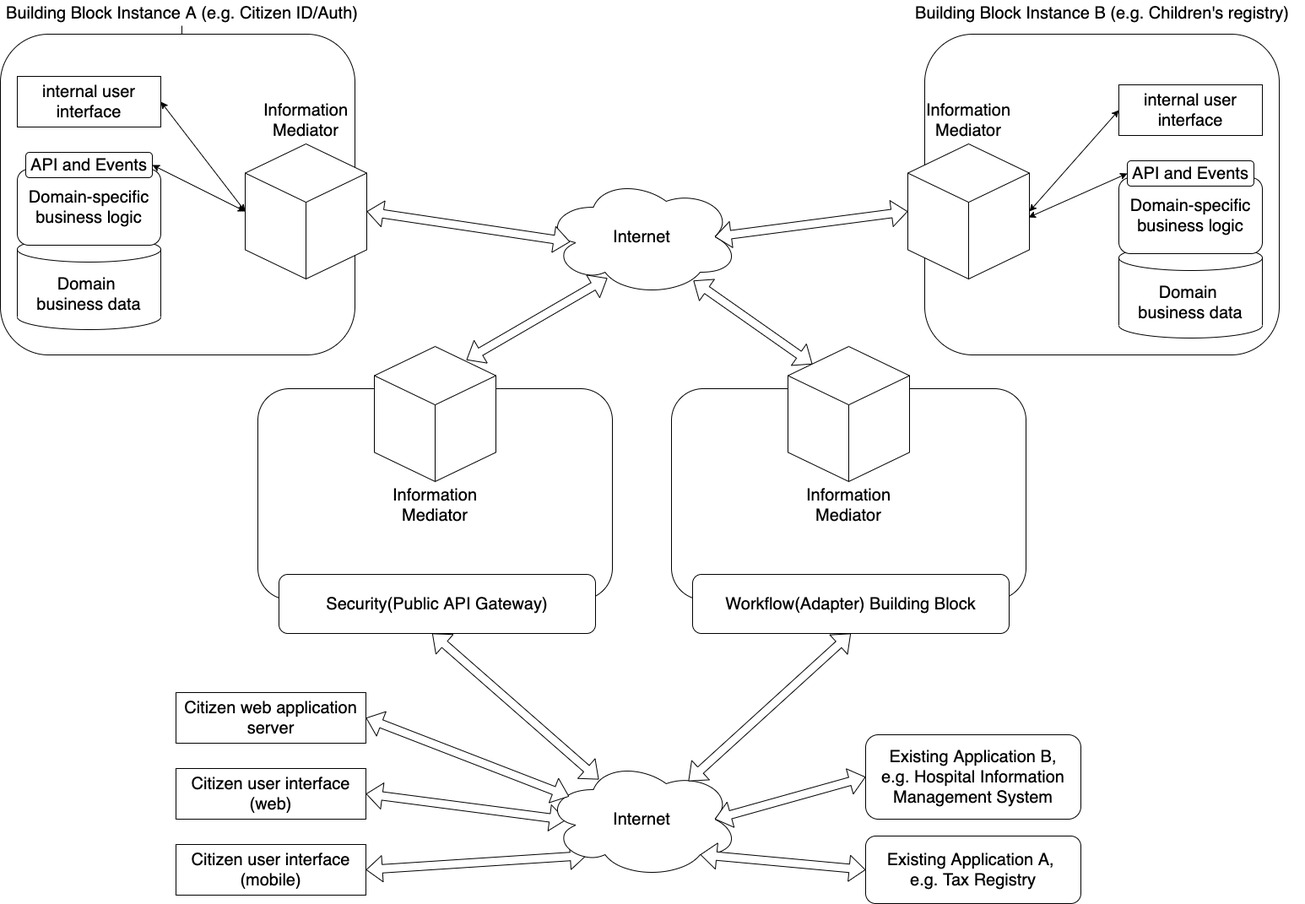
Before: diagrams/information_mediator.png, a diagram exported from draw.io (GovStackWorkingGroup/BuildingBlockAPI). Source tidied: cells renumbered, new cells last; positions are measured from the earlier drawing's top-left corner, leaving out a move shared by most shapes.
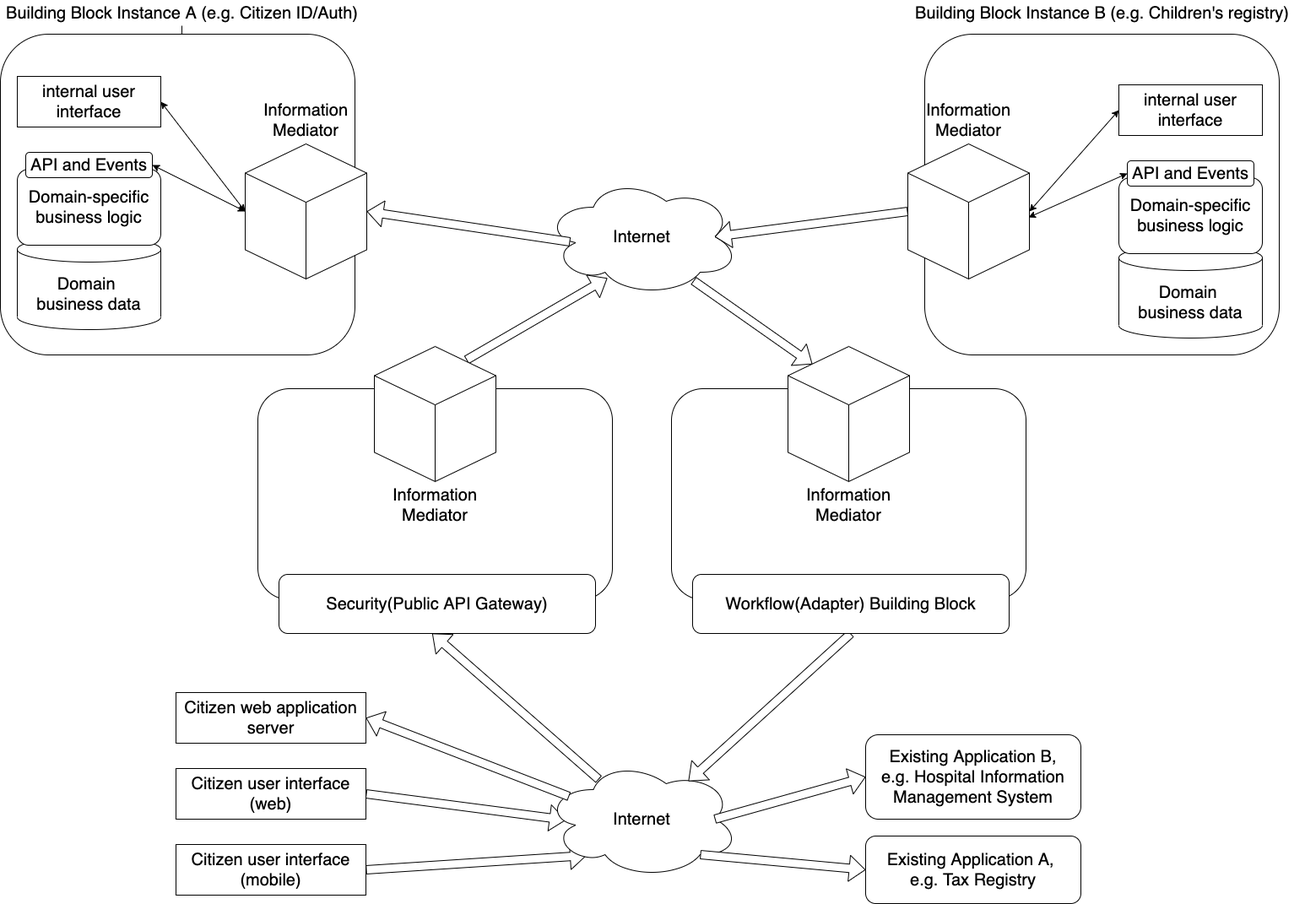
The same file after the commit.

Commit message:
Use directional arrows

Diff of the diagram source:
```diff
@@ -11,43 +11,43 @@
     <mxCell id="4" value="Internet" style="ellipse;shape=cloud;whiteSpace=wrap;html=1;fontSize=20;" parent="1" vertex="1">
       <mxGeometry x="645" y="210" width="230" height="140" as="geometry" />
     </mxCell>
-    <mxCell id="5" style="shape=flexArrow;endArrow=classic;html=1;fontSize=20;exitX=1;exitY=0.5;exitDx=0;exitDy=0;exitPerimeter=0;startArrow=block;entryX=0.13;entryY=0.543;entryDx=0;entryDy=0;entryPerimeter=0;fillColor=#ffffff;" parent="1" edge="1" source="29" target="4">
+    <mxCell id="5" style="shape=flexArrow;endArrow=none;html=1;fontSize=20;exitX=1;exitY=0.5;exitDx=0;exitDy=0;exitPerimeter=0;startArrow=block;entryX=0.13;entryY=0.543;entryDx=0;entryDy=0;entryPerimeter=0;fillColor=#ffffff;endFill=0;" parent="1" edge="1" source="29" target="4">
       <mxGeometry relative="1" as="geometry" />
     </mxCell>
-    <mxCell id="6" style="shape=flexArrow;endArrow=classic;html=1;fontSize=20;entryX=0;entryY=0.5;entryDx=0;entryDy=0;entryPerimeter=0;startArrow=block;exitX=0.875;exitY=0.5;exitDx=0;exitDy=0;exitPerimeter=0;fillColor=#ffffff;" parent="1" edge="1" source="4" target="49">
+    <mxCell id="6" style="shape=flexArrow;endArrow=none;html=1;fontSize=20;entryX=0;entryY=0.5;entryDx=0;entryDy=0;entryPerimeter=0;startArrow=block;exitX=0.875;exitY=0.5;exitDx=0;exitDy=0;exitPerimeter=0;fillColor=#ffffff;startFill=0;endFill=0;" parent="1" edge="1" source="4" target="49">
       <mxGeometry relative="1" as="geometry" />
     </mxCell>
-    <mxCell id="7" style="shape=flexArrow;endArrow=classic;html=1;fontSize=20;startArrow=block;entryX=0.757;entryY=0.1;entryDx=0;entryDy=0;entryPerimeter=0;exitX=0.322;exitY=0.85;exitDx=0;exitDy=0;exitPerimeter=0;fillColor=#ffffff;" parent="1" edge="1" source="4" target="39">
+    <mxCell id="7" style="shape=flexArrow;endArrow=none;html=1;fontSize=20;startArrow=block;entryX=0.757;entryY=0.1;entryDx=0;entryDy=0;entryPerimeter=0;exitX=0.322;exitY=0.85;exitDx=0;exitDy=0;exitPerimeter=0;fillColor=#ffffff;startFill=0;endFill=0;" parent="1" edge="1" source="4" target="39">
       <mxGeometry relative="1" as="geometry" />
     </mxCell>
-    <mxCell id="8" style="shape=flexArrow;endArrow=classic;html=1;fontSize=20;startArrow=block;entryX=1;entryY=0.5;entryDx=0;entryDy=0;exitX=0.109;exitY=0.507;exitDx=0;exitDy=0;exitPerimeter=0;" parent="1" edge="1" source="10" target="19">
+    <mxCell id="8" style="shape=flexArrow;endArrow=none;html=1;fontSize=20;startArrow=block;entryX=1;entryY=0.5;entryDx=0;entryDy=0;exitX=0.109;exitY=0.507;exitDx=0;exitDy=0;exitPerimeter=0;startFill=0;endFill=0;" parent="1" edge="1" source="10" target="19">
       <mxGeometry relative="1" as="geometry" />
     </mxCell>
-    <mxCell id="9" style="shape=flexArrow;endArrow=classic;html=1;fontSize=20;startArrow=block;entryX=1;entryY=0.5;entryDx=0;entryDy=0;exitX=0.215;exitY=0.807;exitDx=0;exitDy=0;exitPerimeter=0;" parent="1" edge="1" source="10" target="18">
+    <mxCell id="9" style="shape=flexArrow;endArrow=none;html=1;fontSize=20;startArrow=block;entryX=1;entryY=0.5;entryDx=0;entryDy=0;exitX=0.215;exitY=0.807;exitDx=0;exitDy=0;exitPerimeter=0;endFill=0;" parent="1" edge="1" source="10" target="18">
       <mxGeometry relative="1" as="geometry" />
     </mxCell>
     <mxCell id="10" value="Internet" style="ellipse;shape=cloud;whiteSpace=wrap;html=1;fontSize=20;" parent="1" vertex="1">
       <mxGeometry x="645" y="900" width="230" height="140" as="geometry" />
     </mxCell>
-    <mxCell id="11" style="shape=flexArrow;endArrow=classic;html=1;fontSize=20;startArrow=block;entryX=0.201;entryY=0.131;entryDx=0;entryDy=0;entryPerimeter=0;fillColor=#ffffff;exitX=0.765;exitY=0.871;exitDx=0;exitDy=0;exitPerimeter=0;" parent="1" edge="1" source="4" target="34">
+    <mxCell id="11" style="shape=flexArrow;endArrow=classic;html=1;fontSize=20;startArrow=none;entryX=0.201;entryY=0.131;entryDx=0;entryDy=0;entryPerimeter=0;fillColor=#ffffff;exitX=0.765;exitY=0.871;exitDx=0;exitDy=0;exitPerimeter=0;startFill=0;" parent="1" edge="1" source="4" target="34">
       <mxGeometry relative="1" as="geometry" />
     </mxCell>
-    <mxCell id="12" style="shape=flexArrow;endArrow=classic;html=1;fontSize=20;startArrow=block;entryX=0.739;entryY=0.179;entryDx=0;entryDy=0;entryPerimeter=0;fillColor=#ffffff;exitX=0.5;exitY=1;exitDx=0;exitDy=0;" parent="1" edge="1" source="36" target="10">
+    <mxCell id="12" style="shape=flexArrow;endArrow=block;html=1;fontSize=20;startArrow=none;entryX=0.739;entryY=0.179;entryDx=0;entryDy=0;entryPerimeter=0;fillColor=#ffffff;exitX=0.5;exitY=1;exitDx=0;exitDy=0;endFill=0;startFill=0;" parent="1" edge="1" source="36" target="10">
       <mxGeometry x="900" y="500" as="geometry" />
     </mxCell>
-    <mxCell id="13" style="shape=flexArrow;endArrow=classic;html=1;fontSize=20;startArrow=block;entryX=0.278;entryY=0.164;entryDx=0;entryDy=0;entryPerimeter=0;fillColor=#ffffff;exitX=0.484;exitY=1;exitDx=0;exitDy=0;exitPerimeter=0;" parent="1" edge="1" source="41" target="10">
+    <mxCell id="13" style="shape=flexArrow;endArrow=none;html=1;fontSize=20;startArrow=block;entryX=0.278;entryY=0.164;entryDx=0;entryDy=0;entryPerimeter=0;fillColor=#ffffff;exitX=0.484;exitY=1;exitDx=0;exitDy=0;exitPerimeter=0;endFill=0;" parent="1" edge="1" source="41" target="10">
       <mxGeometry relative="1" as="geometry" />
     </mxCell>
     <mxCell id="14" value="&lt;font style=&quot;font-size: 20px&quot;&gt;Existing Application A, &lt;br&gt;e.g. Tax Registry&lt;/font&gt;" style="rounded=1;whiteSpace=wrap;html=1;" parent="1" vertex="1">
       <mxGeometry x="1025" y="990" width="255" height="80" as="geometry" />
     </mxCell>
-    <mxCell id="15" style="shape=flexArrow;endArrow=classic;html=1;fontSize=20;startArrow=block;fillColor=#ffffff;entryX=0.8;entryY=0.8;entryDx=0;entryDy=0;entryPerimeter=0;exitX=0;exitY=0.5;exitDx=0;exitDy=0;" parent="1" edge="1" source="14" target="10">
+    <mxCell id="15" style="shape=flexArrow;endArrow=none;html=1;fontSize=20;startArrow=block;fillColor=#ffffff;entryX=0.8;entryY=0.8;entryDx=0;entryDy=0;entryPerimeter=0;exitX=0;exitY=0.5;exitDx=0;exitDy=0;endFill=0;" parent="1" edge="1" source="14" target="10">
       <mxGeometry relative="1" as="geometry" />
     </mxCell>
     <mxCell id="16" value="&lt;font style=&quot;font-size: 20px&quot;&gt;Existing Application B,&lt;br&gt;e.g. Hospital Information Management System&lt;br&gt;&lt;/font&gt;" style="rounded=1;whiteSpace=wrap;html=1;" parent="1" vertex="1">
       <mxGeometry x="1025" y="870" width="255" height="100" as="geometry" />
     </mxCell>
-    <mxCell id="17" style="shape=flexArrow;endArrow=classic;html=1;fontSize=20;startArrow=block;fillColor=#ffffff;entryX=0.875;entryY=0.5;entryDx=0;entryDy=0;entryPerimeter=0;exitX=0;exitY=0.5;exitDx=0;exitDy=0;" parent="1" edge="1" source="16" target="10">
+    <mxCell id="17" style="shape=flexArrow;endArrow=none;html=1;fontSize=20;startArrow=block;fillColor=#ffffff;entryX=0.875;entryY=0.5;entryDx=0;entryDy=0;entryPerimeter=0;exitX=0;exitY=0.5;exitDx=0;exitDy=0;startFill=0;endFill=0;" parent="1" edge="1" source="16" target="10">
       <mxGeometry relative="1" as="geometry" />
     </mxCell>
     <mxCell id="18" value="Citizen user interface (mobile)" style="rounded=0;whiteSpace=wrap;html=1;fontSize=20;fontStyle=0;glass=0;" parent="1" vertex="1">
@@ -59,7 +59,7 @@
     <mxCell id="20" value="Citizen web application server" style="rounded=0;whiteSpace=wrap;html=1;fontSize=20;" parent="1" vertex="1">
       <mxGeometry x="208" y="820" width="225" height="60" as="geometry" />
     </mxCell>
-    <mxCell id="21" style="shape=flexArrow;endArrow=classic;html=1;fontSize=20;startArrow=block;entryX=0.125;entryY=0.308;entryDx=0;entryDy=0;entryPerimeter=0;fillColor=#ffffff;exitX=1;exitY=0.5;exitDx=0;exitDy=0;" parent="1" edge="1" source="20" target="10">
+    <mxCell id="21" style="shape=flexArrow;endArrow=none;html=1;fontSize=20;startArrow=block;entryX=0.125;entryY=0.308;entryDx=0;entryDy=0;entryPerimeter=0;fillColor=#ffffff;exitX=1;exitY=0.5;exitDx=0;exitDy=0;endFill=0;" parent="1" edge="1" source="20" target="10">
       <mxGeometry relative="1" as="geometry" />
     </mxCell>
     <mxCell id="22" style="group;fontSize=20;" parent="1" vertex="1">
```
